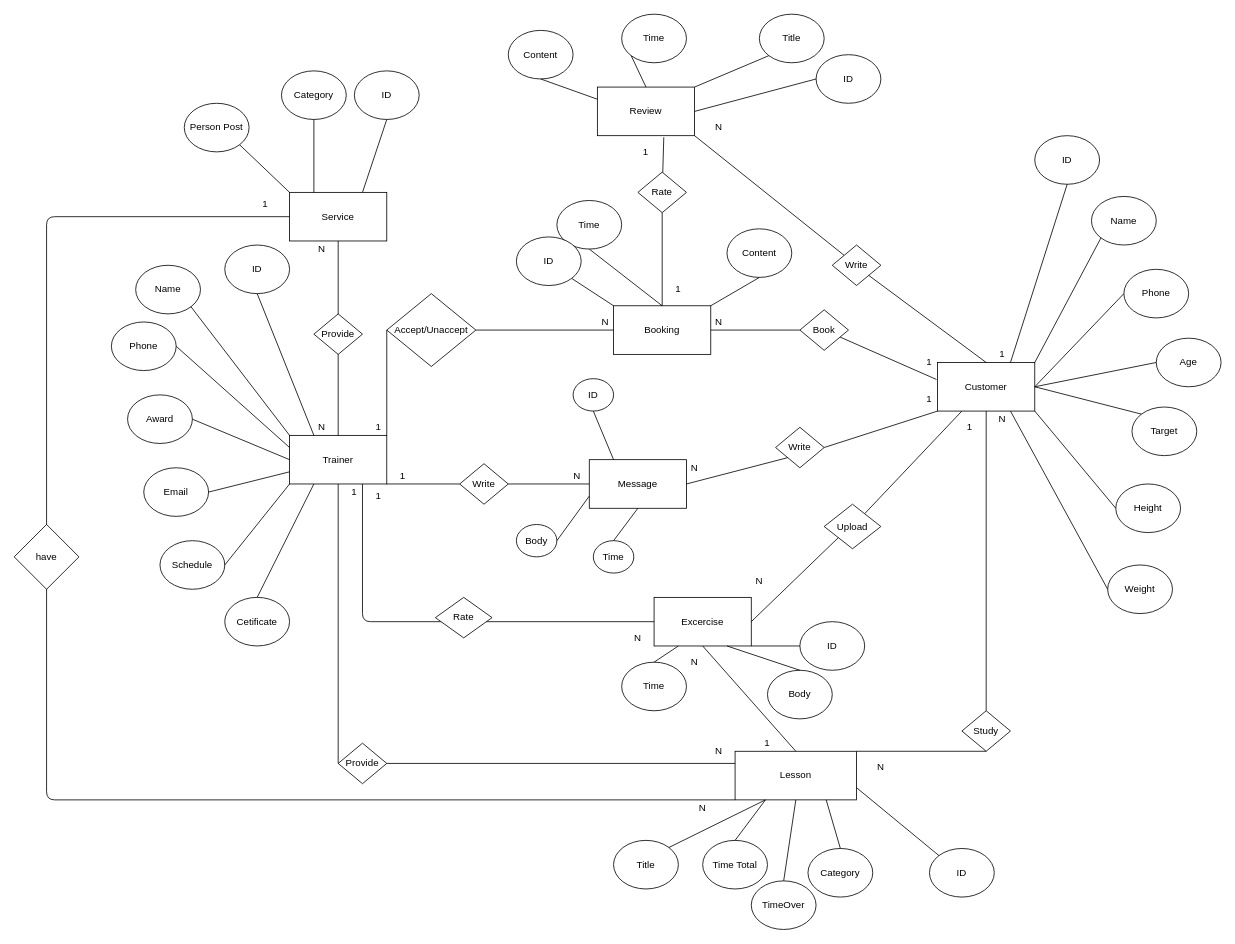
caoquy2000/DBI keeps this draw.io diagram as ConceptDiagram.drawio. Above is the earlier version. Source tidied: cells renumbered, new cells numbered last; positions are measured from the earlier drawing's top-left corner, leaving out a move shared by most shapes. Both pictures are drawn from the tidied source at 81%, with x=0, y=0 at pixel (14, 14).
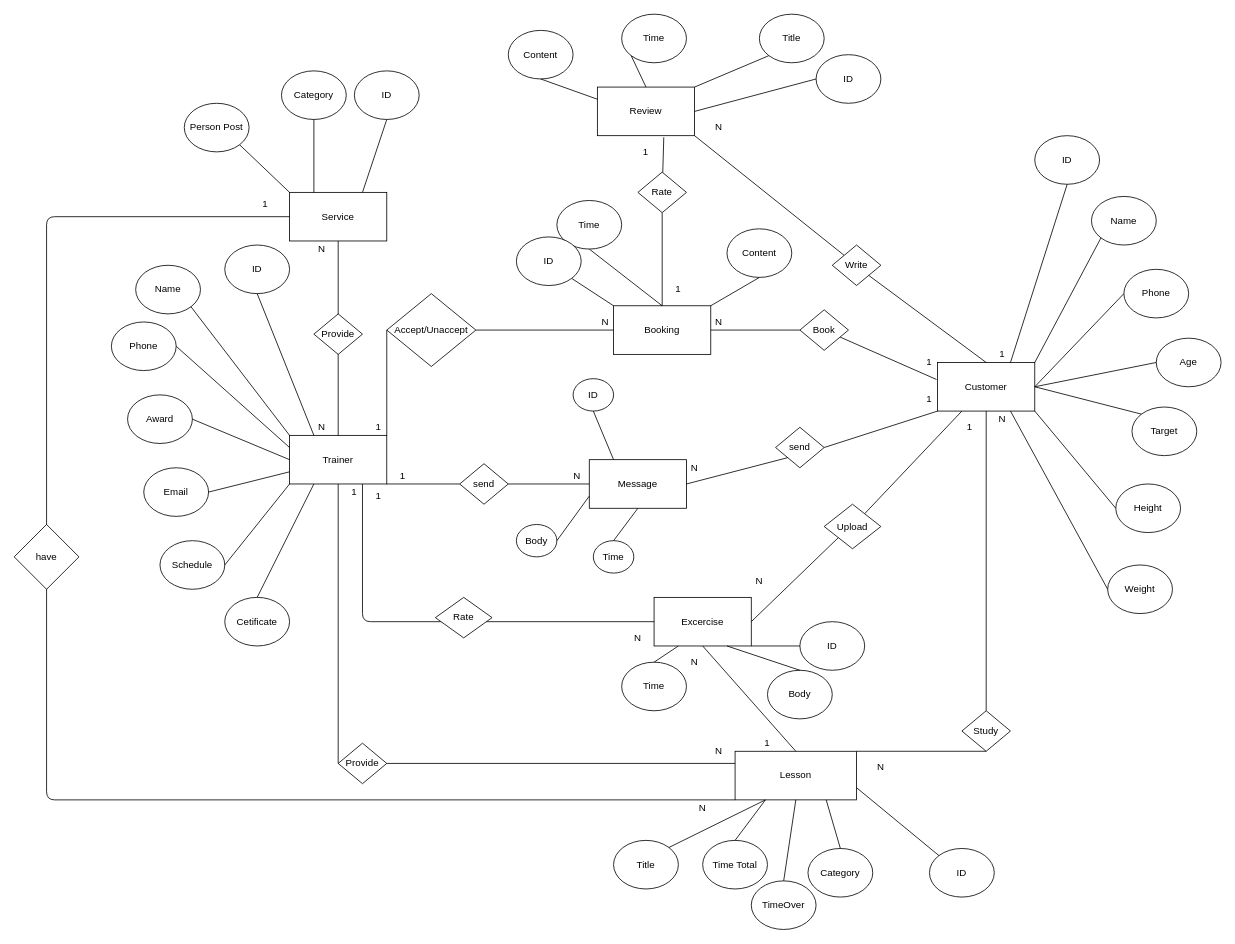
The same page after the edit.

Commit message:
Cập nhật ConceptDiagram.drawio

Diff of the diagram source:
```diff
@@
-    <mxCell id="91" value="Write" style="rhombus;whiteSpace=wrap;html=1;" parent="1" vertex="1">
+    <mxCell id="91" value="send" style="rhombus;whiteSpace=wrap;html=1;" parent="1" vertex="1">
       <mxGeometry x="940" y="510" width="60" height="50" as="geometry" />
     </mxCell>
@@
-    <mxCell id="95" value="Write" style="rhombus;whiteSpace=wrap;html=1;" parent="1" vertex="1">
+    <mxCell id="95" value="send" style="rhombus;whiteSpace=wrap;html=1;" parent="1" vertex="1">
       <mxGeometry x="550" y="555" width="60" height="50" as="geometry" />
     </mxCell>
```
